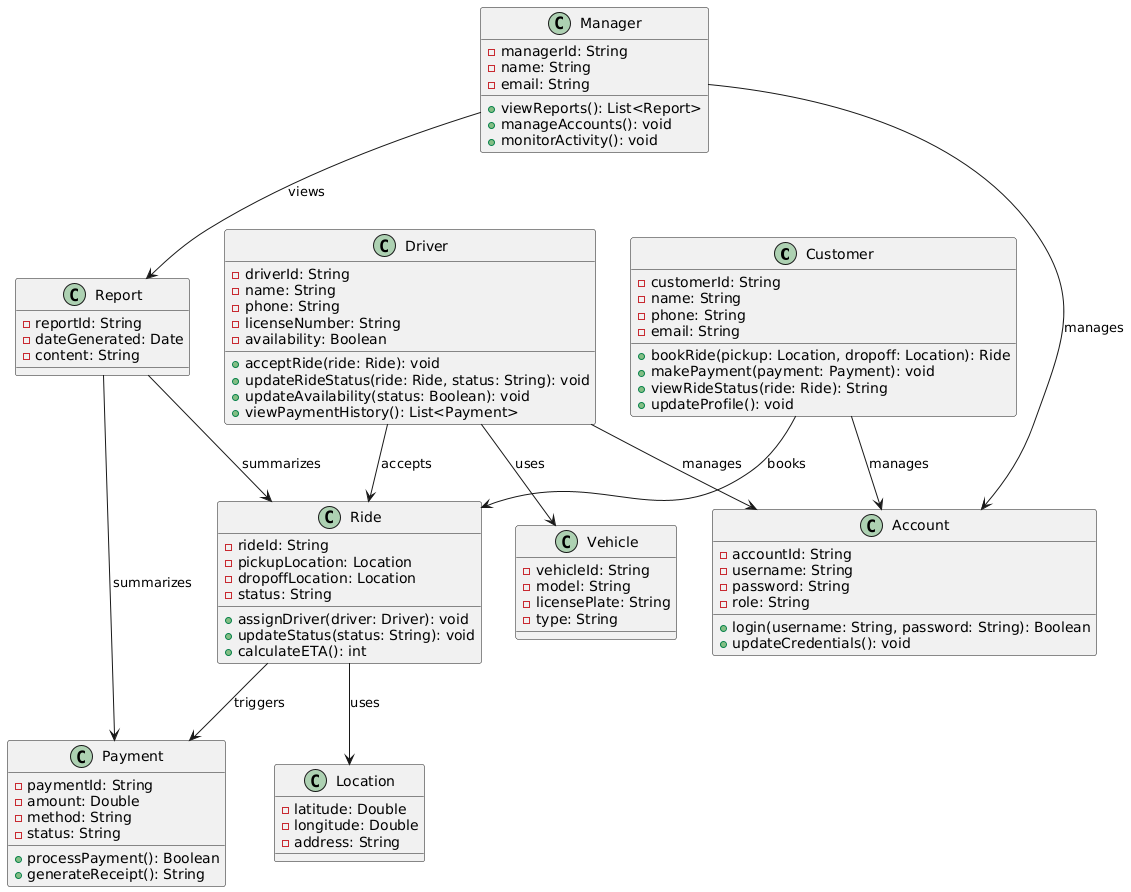
CheetoBuri/SE_SmartRide keeps this PlantUML diagram as UML Diagram/UMLDiagramImg.png. Above is the earlier version.
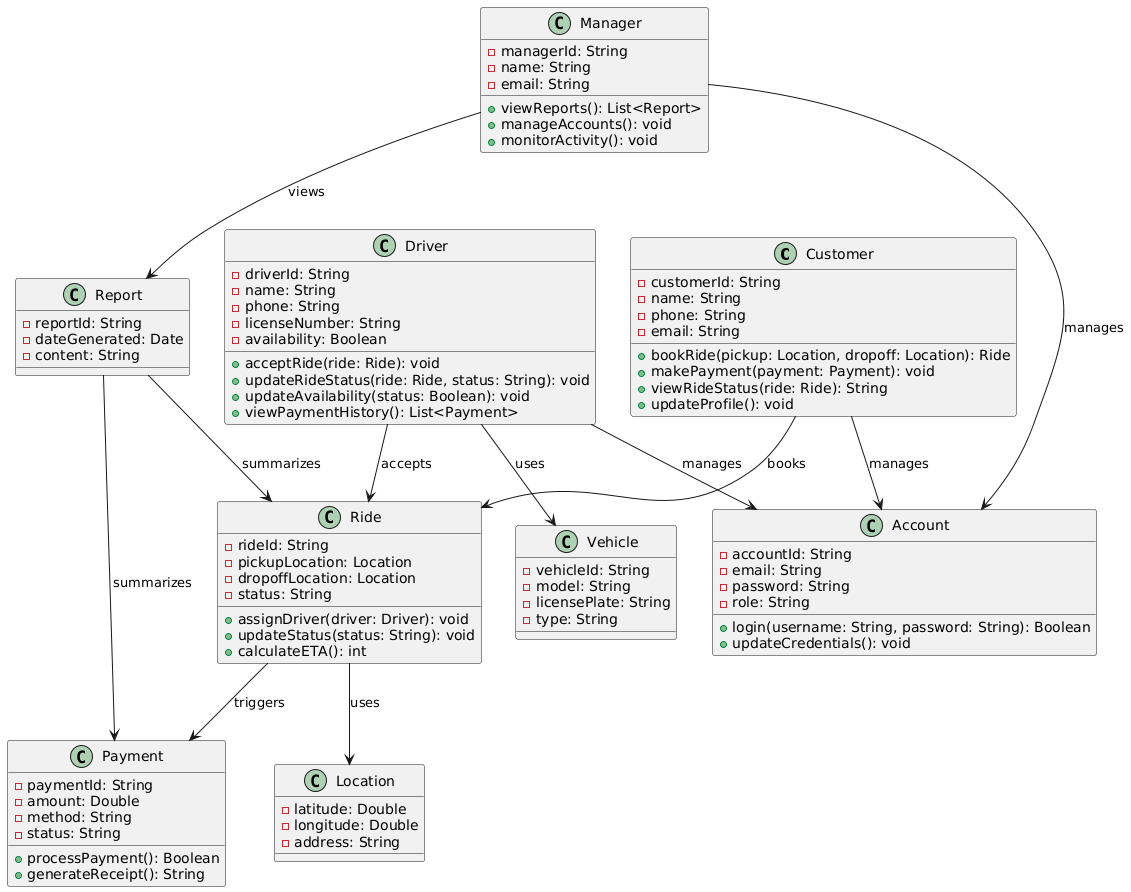
After the commit.

Commit message:
Updated UML Diagram

Change to the diagram source:
```diff
@@ -53,7 +53,7 @@
 
 class Account {
   - accountId: String
-  - username: String
+  - email: String
   - password: String
   - role: String
   + login(username: String, password: String): Boolean
```
